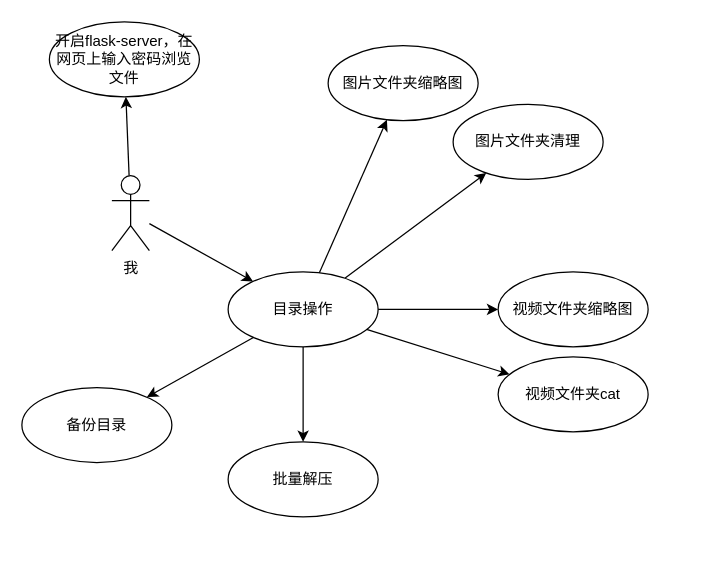
The draw.io diagram docs/user_case.drawio in HewangMa/PV-Server, before the edit. Source tidied: cells renumbered, new cells numbered last; positions are measured from the earlier drawing's top-left corner, leaving out a move shared by most shapes. Both pictures are drawn from the tidied source at 125%, with x=0, y=0 at pixel (21, 21).
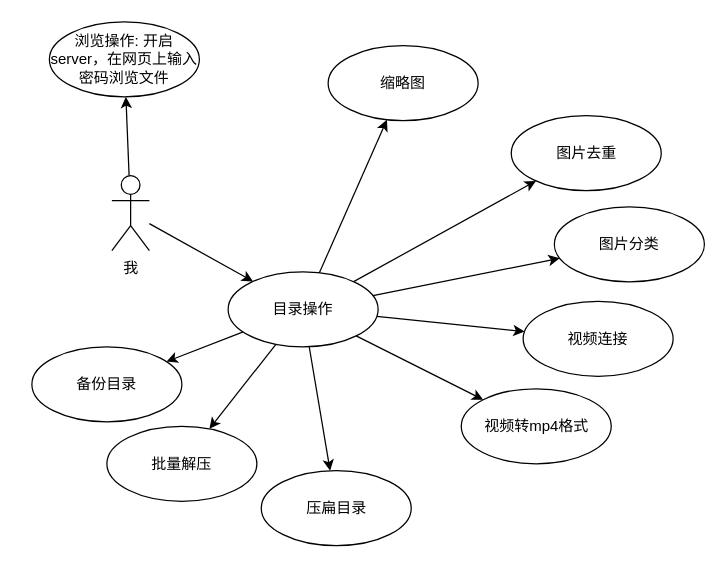
The same diagram, later.

Unchanged cells that the change refers to:
```xml
<mxCell id="14" value="目录操作" style="ellipse;whiteSpace=wrap;html=1;fillColor=#ffffff;" parent="1" vertex="1">
  <mxGeometry x="165" y="200" width="120" height="60" as="geometry" />
</mxCell>
```

What changed in the source:
```diff
@@
-    <mxCell id="5" value="图片文件夹缩略图" style="ellipse;whiteSpace=wrap;html=1;fillColor=#ffffff;" parent="1" vertex="1">
+    <mxCell id="5" value="缩略图" style="ellipse;whiteSpace=wrap;html=1;fillColor=#ffffff;" parent="1" vertex="1">
       <mxGeometry x="245" y="19" width="120" height="60" as="geometry" />
     </mxCell>
-    <mxCell id="6" value="视频文件夹缩略图" style="ellipse;whiteSpace=wrap;html=1;fillColor=#ffffff;" parent="1" vertex="1">
-      <mxGeometry x="381" y="200" width="120" height="60" as="geometry" />
-    </mxCell>
-    <mxCell id="7" value="开启flask-server，在网页上输入密码浏览文件" style="ellipse;whiteSpace=wrap;html=1;fillColor=#ffffff;" parent="1" vertex="1">
+    <mxCell id="7" value="浏览操作: 开启&lt;br&gt;server，在网页上输入密码浏览文件" style="ellipse;whiteSpace=wrap;html=1;fillColor=#ffffff;" parent="1" vertex="1">
       <mxGeometry x="22" width="120" height="60" as="geometry" />
     </mxCell>
@@
-    <mxCell id="11" style="edgeStyle=none;rounded=0;jettySize=auto;html=1;" parent="1" edge="1" source="14" target="17">
-      <mxGeometry relative="1" as="geometry" />
-    </mxCell>
-    <mxCell id="12" style="edgeStyle=none;rounded=0;jettySize=auto;html=1;" parent="1" edge="1" source="14" target="6">
-      <mxGeometry relative="1" as="geometry" />
-    </mxCell>
@@
+    <mxCell id="19" style="rounded=0;jettySize=auto;html=1;" parent="1" edge="1" source="14" target="23">
+      <mxGeometry relative="1" as="geometry" />
+    </mxCell>
+    <mxCell id="20" style="edgeStyle=none;rounded=0;jettySize=auto;html=1;" parent="1" edge="1" source="14" target="24">
+      <mxGeometry relative="1" as="geometry" />
+    </mxCell>
+    <mxCell id="21" style="edgeStyle=none;rounded=0;jettySize=auto;html=1;" parent="1" edge="1" source="14" target="25">
+      <mxGeometry relative="1" as="geometry" />
+    </mxCell>
+    <mxCell id="22" style="edgeStyle=none;rounded=0;jettySize=auto;html=1;" parent="1" edge="1" source="14" target="26">
+      <mxGeometry relative="1" as="geometry" />
+    </mxCell>
@@
     <mxCell id="15" value="批量解压" style="ellipse;whiteSpace=wrap;html=1;fillColor=#ffffff;" parent="1" vertex="1">
-      <mxGeometry x="165" y="336" width="120" height="60" as="geometry" />
+      <mxGeometry x="68" y="323.5" width="120" height="60" as="geometry" />
     </mxCell>
     <mxCell id="16" value="备份目录" style="ellipse;whiteSpace=wrap;html=1;fillColor=#ffffff;" parent="1" vertex="1">
-      <mxGeometry y="292.5" width="120" height="60" as="geometry" />
+      <mxGeometry x="8" y="260" width="120" height="60" as="geometry" />
     </mxCell>
-    <mxCell id="17" value="图片文件夹清理" style="ellipse;whiteSpace=wrap;html=1;fillColor=#ffffff;" parent="1" vertex="1">
-      <mxGeometry x="345" y="66" width="120" height="60" as="geometry" />
-    </mxCell>
-    <mxCell id="18" value="视频文件夹cat" style="ellipse;whiteSpace=wrap;html=1;fillColor=#ffffff;" parent="1" vertex="1">
-      <mxGeometry x="381" y="268" width="120" height="60" as="geometry" />
+    <mxCell id="18" value="视频连接" style="ellipse;whiteSpace=wrap;html=1;fillColor=#ffffff;" parent="1" vertex="1">
+      <mxGeometry x="401" y="223.5" width="120" height="60" as="geometry" />
     </mxCell>
+    <mxCell id="23" value="图片去重" style="ellipse;whiteSpace=wrap;html=1;fillColor=#ffffff;" parent="1" vertex="1">
+      <mxGeometry x="391.5" y="75" width="120" height="60" as="geometry" />
+    </mxCell>
+    <mxCell id="24" value="视频转mp4格式" style="ellipse;whiteSpace=wrap;html=1;fillColor=#ffffff;" parent="1" vertex="1">
+      <mxGeometry x="351.5" y="293.5" width="120" height="60" as="geometry" />
+    </mxCell>
+    <mxCell id="25" value="压扁目录" style="ellipse;whiteSpace=wrap;html=1;fillColor=#ffffff;" parent="1" vertex="1">
+      <mxGeometry x="191.5" y="359" width="120" height="60" as="geometry" />
+    </mxCell>
+    <mxCell id="26" value="图片分类" style="ellipse;whiteSpace=wrap;html=1;fillColor=#ffffff;" parent="1" vertex="1">
+      <mxGeometry x="426" y="148" width="120" height="60" as="geometry" />
+    </mxCell>
```
